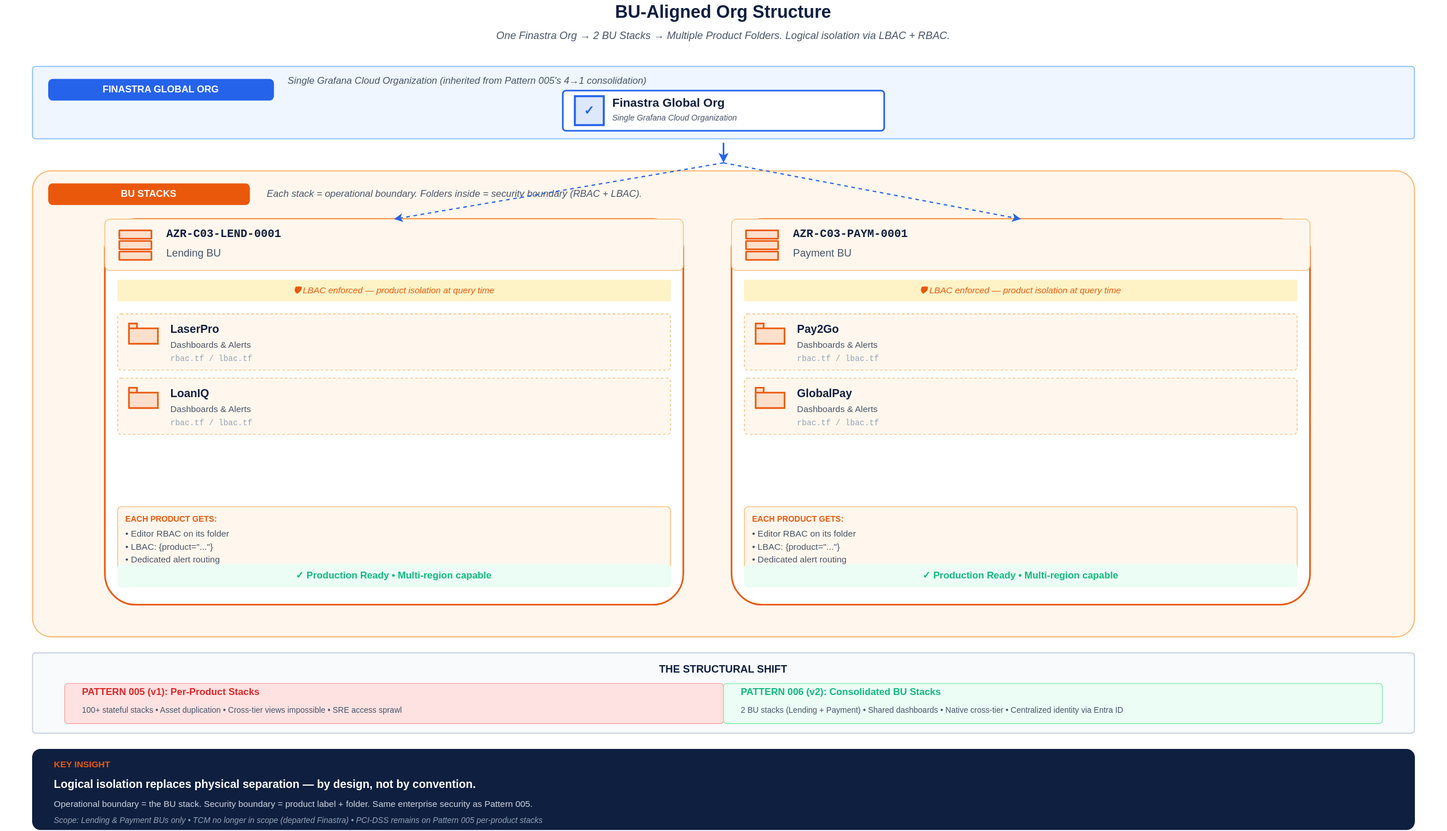
Above: observability/03_Future_State/patterns/diagrams/02-bu-aligned-org-structure.svg in paragvyas65/us-test (draw.io), before the change. Source tidied: cells renumbered, new cells last; positions are measured from the earlier drawing's top-left corner, leaving out a move shared by most shapes.
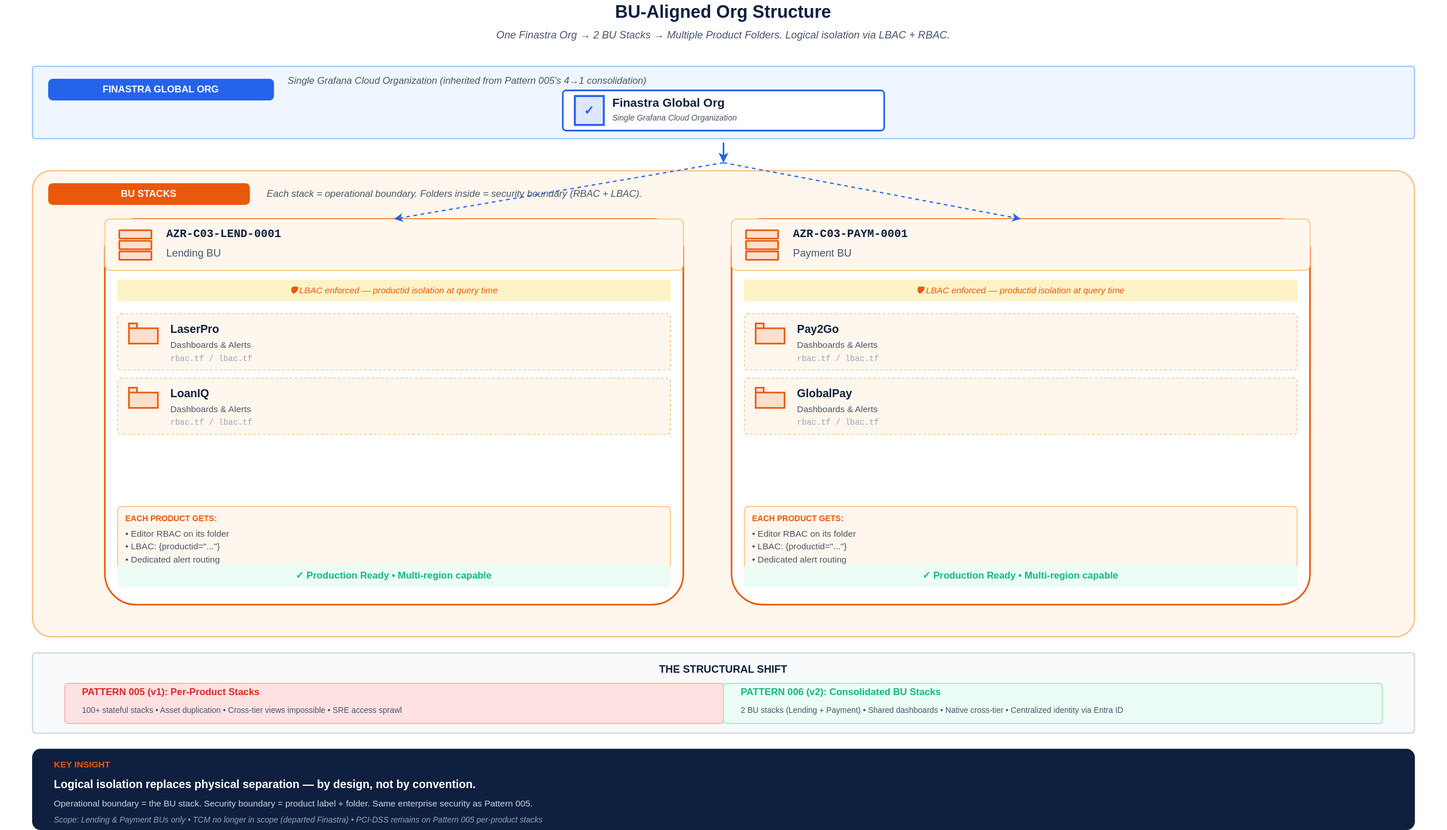
After the change.

Diff of the diagram source:
```diff
@@ -1,4 +1,4 @@
-<mxGraphModel>
+<mxGraphModel background="#ffffff">
   <root>
     <mxCell id="0" />
     <mxCell id="1" parent="0" />
@@ -71,7 +71,7 @@
     <mxCell id="23" style="rounded=1;arcSize=6;whiteSpace=wrap;html=1;fillColor=#FEF3C7;strokeColor=#FEF3C7;strokeWidth=1;" parent="1" vertex="1">
       <mxGeometry x="146" y="348" width="688" height="26" as="geometry" />
     </mxCell>
-    <mxCell id="24" value="🛡️  LBAC enforced — product isolation at query time" style="text;html=1;strokeColor=none;fillColor=none;align=center;verticalAlign=middle;whiteSpace=wrap;fontSize=11;fontStyle=2;fontColor=#EA580C;fontFamily=Helvetica;" parent="1" vertex="1">
+    <mxCell id="24" value="🛡️  LBAC enforced — productid isolation at query time" style="text;html=1;strokeColor=none;fillColor=none;align=center;verticalAlign=middle;whiteSpace=wrap;fontSize=11;fontStyle=2;fontColor=#EA580C;fontFamily=Helvetica;" parent="1" vertex="1">
       <mxGeometry x="146" y="348" width="688" height="26" as="geometry" />
     </mxCell>
     <mxCell id="25" style="rounded=1;arcSize=6;whiteSpace=wrap;html=1;fillColor=#FFF7ED;strokeColor=#FDBA74;strokeWidth=1;dashed=1;" parent="1" vertex="1">
@@ -113,7 +113,7 @@
     <mxCell id="37" value="• Editor RBAC on its folder" style="text;html=1;strokeColor=none;fillColor=none;align=left;verticalAlign=middle;whiteSpace=wrap;fontSize=11;fontStyle=0;fontColor=#475569;fontFamily=Helvetica;" parent="1" vertex="1">
       <mxGeometry x="154" y="656" width="672" height="16" as="geometry" />
     </mxCell>
-    <mxCell id="38" value="• LBAC: {product=&quot;...&quot;}" style="text;html=1;strokeColor=none;fillColor=none;align=left;verticalAlign=middle;whiteSpace=wrap;fontSize=11;fontStyle=0;fontColor=#475569;fontFamily=Helvetica;" parent="1" vertex="1">
+    <mxCell id="38" value="• LBAC: {productid=&quot;...&quot;}" style="text;html=1;strokeColor=none;fillColor=none;align=left;verticalAlign=middle;whiteSpace=wrap;fontSize=11;fontStyle=0;fontColor=#475569;fontFamily=Helvetica;" parent="1" vertex="1">
       <mxGeometry x="154" y="672" width="672" height="16" as="geometry" />
     </mxCell>
     <mxCell id="39" value="• Dedicated alert routing" style="text;html=1;strokeColor=none;fillColor=none;align=left;verticalAlign=middle;whiteSpace=wrap;fontSize=11;fontStyle=0;fontColor=#475569;fontFamily=Helvetica;" parent="1" vertex="1">
@@ -149,7 +149,7 @@
     <mxCell id="49" style="rounded=1;arcSize=6;whiteSpace=wrap;html=1;fillColor=#FEF3C7;strokeColor=#FEF3C7;strokeWidth=1;" parent="1" vertex="1">
       <mxGeometry x="926" y="348" width="688" height="26" as="geometry" />
     </mxCell>
-    <mxCell id="50" value="🛡️  LBAC enforced — product isolation at query time" style="text;html=1;strokeColor=none;fillColor=none;align=center;verticalAlign=middle;whiteSpace=wrap;fontSize=11;fontStyle=2;fontColor=#EA580C;fontFamily=Helvetica;" parent="1" vertex="1">
+    <mxCell id="50" value="🛡️  LBAC enforced — productid isolation at query time" style="text;html=1;strokeColor=none;fillColor=none;align=center;verticalAlign=middle;whiteSpace=wrap;fontSize=11;fontStyle=2;fontColor=#EA580C;fontFamily=Helvetica;" parent="1" vertex="1">
       <mxGeometry x="926" y="348" width="688" height="26" as="geometry" />
     </mxCell>
     <mxCell id="51" style="rounded=1;arcSize=6;whiteSpace=wrap;html=1;fillColor=#FFF7ED;strokeColor=#FDBA74;strokeWidth=1;dashed=1;" parent="1" vertex="1">
@@ -191,7 +191,7 @@
     <mxCell id="63" value="• Editor RBAC on its folder" style="text;html=1;strokeColor=none;fillColor=none;align=left;verticalAlign=middle;whiteSpace=wrap;fontSize=11;fontStyle=0;fontColor=#475569;fontFamily=Helvetica;" parent="1" vertex="1">
       <mxGeometry x="934" y="656" width="672" height="16" as="geometry" />
     </mxCell>
-    <mxCell id="64" value="• LBAC: {product=&quot;...&quot;}" style="text;html=1;strokeColor=none;fillColor=none;align=left;verticalAlign=middle;whiteSpace=wrap;fontSize=11;fontStyle=0;fontColor=#475569;fontFamily=Helvetica;" parent="1" vertex="1">
+    <mxCell id="64" value="• LBAC: {productid=&quot;...&quot;}" style="text;html=1;strokeColor=none;fillColor=none;align=left;verticalAlign=middle;whiteSpace=wrap;fontSize=11;fontStyle=0;fontColor=#475569;fontFamily=Helvetica;" parent="1" vertex="1">
       <mxGeometry x="934" y="672" width="672" height="16" as="geometry" />
     </mxCell>
     <mxCell id="65" value="• Dedicated alert routing" style="text;html=1;strokeColor=none;fillColor=none;align=left;verticalAlign=middle;whiteSpace=wrap;fontSize=11;fontStyle=0;fontColor=#475569;fontFamily=Helvetica;" parent="1" vertex="1">
```
